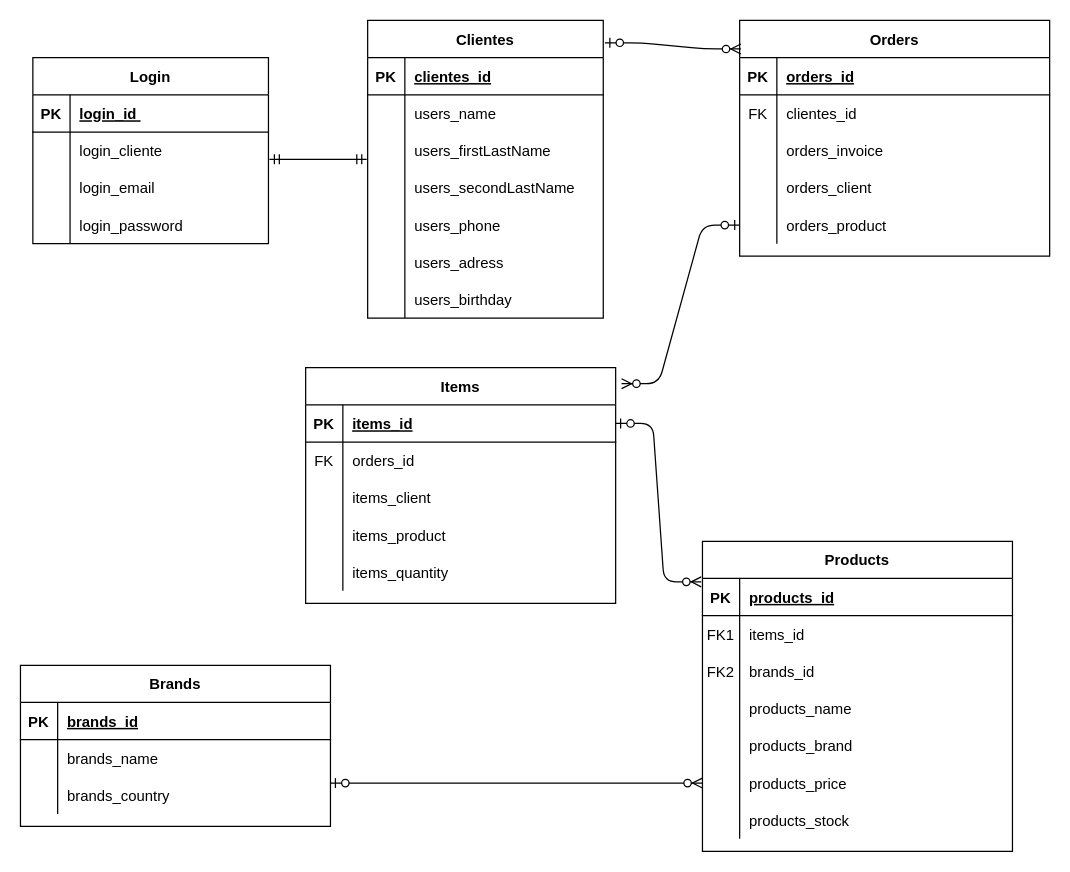
Earlier version of the draw.io diagram BBDD/Ejercicio3.drawio (mdmartinvega/BootcampFSD). Source tidied: cells renumbered, new cells numbered last; positions are measured from the earlier drawing's top-left corner, leaving out a move shared by most shapes. Both pictures are drawn from the tidied source at 124%, with x=0, y=0 at pixel (20, 20).
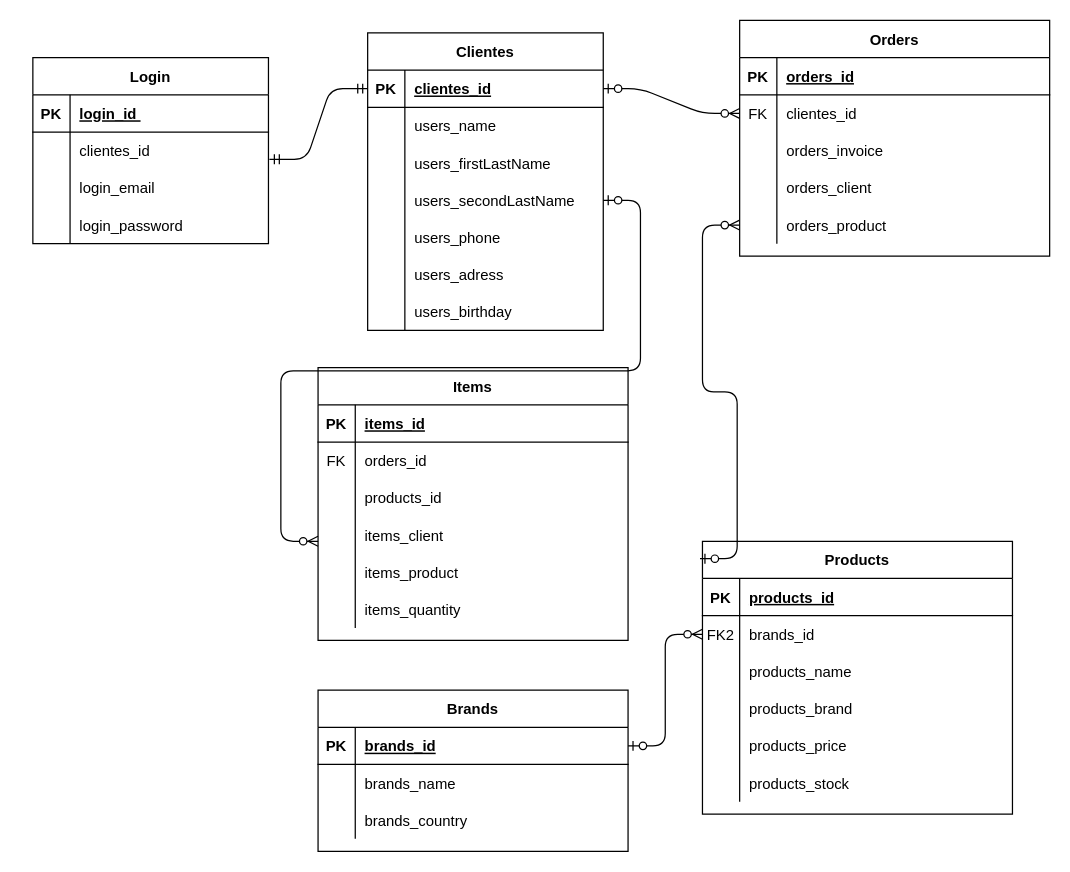
The same diagram, later.

The change refers to these unchanged cells:
```xml
<mxCell id="3" style="shape=partialRectangle;fillColor=none;points=[[0,0.5],[1,0.5]];portConstraint=eastwest;top=0;left=0;right=0;bottom=1;" parent="2" vertex="1">
  <mxGeometry y="30" width="190" height="30" as="geometry" />
</mxCell>
<mxCell id="9" style="shape=partialRectangle;fillColor=none;points=[[0,0.5],[1,0.5]];portConstraint=eastwest;top=0;left=0;right=0;bottom=0;" parent="2" vertex="1">
  <mxGeometry y="90" width="190" height="30" as="geometry" />
</mxCell>
<mxCell id="12" style="shape=partialRectangle;fillColor=none;points=[[0,0.5],[1,0.5]];portConstraint=eastwest;top=0;left=0;right=0;bottom=0;" parent="2" vertex="1">
  <mxGeometry y="120" width="190" height="30" as="geometry" />
</mxCell>
<mxCell id="28" style="shape=partialRectangle;fillColor=none;points=[[0,0.5],[1,0.5]];portConstraint=eastwest;top=0;left=0;right=0;bottom=0;" parent="24" vertex="1">
  <mxGeometry y="60" width="190" height="30" as="geometry" />
</mxCell>
<mxCell id="43" style="shape=partialRectangle;fillColor=none;points=[[0,0.5],[1,0.5]];portConstraint=eastwest;top=0;left=0;right=0;bottom=0;" parent="39" vertex="1">
  <mxGeometry y="60" width="250" height="30" as="geometry" />
</mxCell>
<mxCell id="52" style="shape=partialRectangle;fillColor=none;points=[[0,0.5],[1,0.5]];portConstraint=eastwest;top=0;left=0;right=0;bottom=0;" parent="39" vertex="1">
  <mxGeometry y="150" width="250" height="30" as="geometry" />
</mxCell>
<mxCell id="56" style="shape=partialRectangle;fillColor=none;points=[[0,0.5],[1,0.5]];portConstraint=eastwest;top=0;left=0;right=0;bottom=1;" parent="55" vertex="1">
  <mxGeometry y="30" width="250" height="30" as="geometry" />
</mxCell>
<mxCell id="62" style="shape=partialRectangle;fillColor=none;points=[[0,0.5],[1,0.5]];portConstraint=eastwest;top=0;left=0;right=0;bottom=0;" parent="55" vertex="1">
  <mxGeometry y="90" width="250" height="30" as="geometry" />
</mxCell>
<mxCell id="66" style="shape=partialRectangle;fillColor=none;points=[[0,0.5],[1,0.5]];portConstraint=eastwest;top=0;left=0;right=0;bottom=1;" parent="65" vertex="1">
  <mxGeometry y="30" width="250" height="30" as="geometry" />
</mxCell>
```

Change to the diagram source:
```diff
@@
     <mxCell id="2" value="Clientes" style="shape=table;startSize=30;childLayout=tableLayout;rowLines=0;fontStyle=1;align=center;" parent="1" vertex="1">
-      <mxGeometry x="280" width="190" height="240" as="geometry" />
+      <mxGeometry x="280" y="10" width="190" height="240" as="geometry" />
     </mxCell>
@@
-    <mxCell id="30" value="login_cliente" style="shape=partialRectangle;overflow=hidden;fillColor=none;top=0;left=0;bottom=0;right=0;align=left;spacingLeft=6;" parent="28" vertex="1">
+    <mxCell id="30" value="clientes_id" style="shape=partialRectangle;overflow=hidden;fillColor=none;top=0;left=0;bottom=0;right=0;align=left;spacingLeft=6;" parent="28" vertex="1">
       <mxGeometry x="30" width="160" height="30" as="geometry" />
     </mxCell>
@@
-    <mxCell id="38" style="edgeStyle=entityRelationEdgeStyle;fontSize=12;html=1;endArrow=ERmandOne;startArrow=ERmandOne;exitX=1.004;exitY=0.733;exitDx=0;exitDy=0;exitPerimeter=0;entryX=-0.004;entryY=0.733;entryDx=0;entryDy=0;entryPerimeter=0;" parent="1" edge="1" source="28" target="9">
+    <mxCell id="38" style="edgeStyle=entityRelationEdgeStyle;fontSize=12;html=1;endArrow=ERmandOne;startArrow=ERmandOne;exitX=1.004;exitY=0.733;exitDx=0;exitDy=0;exitPerimeter=0;entryX=0;entryY=0.5;entryDx=0;entryDy=0;" parent="1" edge="1" source="28" target="3">
       <mxGeometry relative="1" as="geometry" />
     </mxCell>
@@
     <mxCell id="55" value="Brands" style="shape=table;startSize=30;childLayout=tableLayout;rowLines=0;fontStyle=1;align=center;" parent="1" vertex="1">
-      <mxGeometry y="520" width="250" height="130" as="geometry" />
+      <mxGeometry x="240" y="540" width="250" height="130" as="geometry" />
     </mxCell>
@@
     <mxCell id="65" value="Items" style="shape=table;startSize=30;childLayout=tableLayout;rowLines=0;fontStyle=1;align=center;" parent="1" vertex="1">
-      <mxGeometry x="230" y="280" width="250" height="190" as="geometry" />
+      <mxGeometry x="240" y="280" width="250" height="220" as="geometry" />
     </mxCell>
@@
+    <mxCell id="107" style="shape=partialRectangle;fillColor=none;top=0;left=0;right=0;bottom=0;" parent="65" vertex="1">
+      <mxGeometry y="90" width="250" height="30" as="geometry" />
+    </mxCell>
+    <mxCell id="108" style="shape=partialRectangle;overflow=hidden;fillColor=none;top=0;left=0;bottom=0;right=0;" parent="107" vertex="1">
+      <mxGeometry width="30" height="30" as="geometry" />
+    </mxCell>
+    <mxCell id="109" value="products_id" style="shape=partialRectangle;overflow=hidden;fillColor=none;top=0;left=0;bottom=0;right=0;align=left;spacingLeft=6;" parent="107" vertex="1">
+      <mxGeometry x="30" width="220" height="30" as="geometry" />
+    </mxCell>
     <mxCell id="72" style="shape=partialRectangle;fillColor=none;top=0;left=0;right=0;bottom=0;" parent="65" vertex="1">
-      <mxGeometry y="90" width="250" height="30" as="geometry" />
+      <mxGeometry y="120" width="250" height="30" as="geometry" />
     </mxCell>
@@
     <mxCell id="75" style="shape=partialRectangle;fillColor=none;top=0;left=0;right=0;bottom=0;" parent="65" vertex="1">
-      <mxGeometry y="120" width="250" height="30" as="geometry" />
+      <mxGeometry y="150" width="250" height="30" as="geometry" />
     </mxCell>
@@
     <mxCell id="78" style="shape=partialRectangle;fillColor=none;top=0;left=0;right=0;bottom=0;" parent="65" vertex="1">
-      <mxGeometry y="150" width="250" height="30" as="geometry" />
+      <mxGeometry y="180" width="250" height="30" as="geometry" />
     </mxCell>
@@
     <mxCell id="81" value="Products" style="shape=table;startSize=30;childLayout=tableLayout;rowLines=0;fontStyle=1;align=center;" parent="1" vertex="1">
-      <mxGeometry x="550" y="420" width="250" height="250" as="geometry" />
+      <mxGeometry x="550" y="420" width="250" height="220" as="geometry" />
     </mxCell>
@@
-    <mxCell id="85" style="shape=partialRectangle;fillColor=none;top=0;left=0;right=0;bottom=0;" parent="81" vertex="1">
-      <mxGeometry y="60" width="250" height="30" as="geometry" />
-    </mxCell>
-    <mxCell id="86" value="FK1" style="shape=partialRectangle;overflow=hidden;fillColor=none;top=0;left=0;bottom=0;right=0;" parent="85" vertex="1">
-      <mxGeometry width="30" height="30" as="geometry" />
-    </mxCell>
-    <mxCell id="87" value="items_id" style="shape=partialRectangle;overflow=hidden;fillColor=none;top=0;left=0;bottom=0;right=0;align=left;spacingLeft=6;" parent="85" vertex="1">
-      <mxGeometry x="30" width="220" height="30" as="geometry" />
-    </mxCell>
     <mxCell id="88" style="shape=partialRectangle;fillColor=none;points=[[0,0.5],[1,0.5]];portConstraint=eastwest;top=0;left=0;right=0;bottom=0;" parent="81" vertex="1">
-      <mxGeometry y="90" width="250" height="30" as="geometry" />
+      <mxGeometry y="60" width="250" height="30" as="geometry" />
     </mxCell>
@@
     <mxCell id="91" style="shape=partialRectangle;fillColor=none;top=0;left=0;right=0;bottom=0;" parent="81" vertex="1">
-      <mxGeometry y="120" width="250" height="30" as="geometry" />
+      <mxGeometry y="90" width="250" height="30" as="geometry" />
     </mxCell>
@@
     <mxCell id="94" style="shape=partialRectangle;fillColor=none;top=0;left=0;right=0;bottom=0;" parent="81" vertex="1">
-      <mxGeometry y="150" width="250" height="30" as="geometry" />
+      <mxGeometry y="120" width="250" height="30" as="geometry" />
     </mxCell>
@@
     <mxCell id="97" style="shape=partialRectangle;fillColor=none;points=[[0,0.5],[1,0.5]];portConstraint=eastwest;top=0;left=0;right=0;bottom=0;" parent="81" vertex="1">
-      <mxGeometry y="180" width="250" height="30" as="geometry" />
+      <mxGeometry y="150" width="250" height="30" as="geometry" />
     </mxCell>
@@
     <mxCell id="100" style="shape=partialRectangle;fillColor=none;top=0;left=0;right=0;bottom=0;" parent="81" vertex="1">
-      <mxGeometry y="210" width="250" height="30" as="geometry" />
+      <mxGeometry y="180" width="250" height="30" as="geometry" />
     </mxCell>
@@
-    <mxCell id="103" style="edgeStyle=entityRelationEdgeStyle;fontSize=12;html=1;endArrow=ERzeroToMany;startArrow=ERzeroToOne;entryX=-0.004;entryY=0.131;entryDx=0;entryDy=0;entryPerimeter=0;" parent="1" edge="1" source="66" target="81">
-      <mxGeometry relative="1" as="geometry" />
+    <mxCell id="103" style="edgeStyle=entityRelationEdgeStyle;fontSize=12;html=1;endArrow=ERzeroToMany;startArrow=ERzeroToOne;exitX=1;exitY=0.5;exitDx=0;exitDy=0;" parent="1" edge="1" source="12">
+      <mxGeometry relative="1" as="geometry">
+        <mxPoint x="240" y="420" as="targetPoint" />
+      </mxGeometry>
     </mxCell>
-    <mxCell id="104" style="edgeStyle=entityRelationEdgeStyle;fontSize=12;html=1;endArrow=ERzeroToMany;startArrow=ERzeroToOne;exitX=1.007;exitY=0.075;exitDx=0;exitDy=0;exitPerimeter=0;" parent="1" edge="1" source="2">
-      <mxGeometry relative="1" as="geometry">
-        <mxPoint x="581" y="23" as="targetPoint" />
-      </mxGeometry>
+    <mxCell id="104" style="edgeStyle=entityRelationEdgeStyle;fontSize=12;html=1;endArrow=ERzeroToMany;startArrow=ERzeroToOne;exitX=1;exitY=0.5;exitDx=0;exitDy=0;entryX=0;entryY=0.5;entryDx=0;entryDy=0;" parent="1" edge="1" source="3" target="43">
+      <mxGeometry relative="1" as="geometry" />
     </mxCell>
+    <mxCell id="106" style="edgeStyle=entityRelationEdgeStyle;fontSize=12;html=1;endArrow=ERzeroToMany;startArrow=ERzeroToOne;entryX=0;entryY=0.5;entryDx=0;entryDy=0;exitX=1;exitY=0.5;exitDx=0;exitDy=0;" parent="1" edge="1" source="56" target="88">
+      <mxGeometry relative="1" as="geometry" />
+    </mxCell>
-    <mxCell id="105" style="edgeStyle=entityRelationEdgeStyle;fontSize=12;html=1;endArrow=ERzeroToMany;startArrow=ERzeroToOne;entryX=1.019;entryY=0.068;entryDx=0;entryDy=0;entryPerimeter=0;" parent="1" edge="1" source="52" target="65">
+    <mxCell id="105" style="edgeStyle=entityRelationEdgeStyle;fontSize=12;html=1;endArrow=ERzeroToMany;startArrow=ERzeroToOne;entryX=0;entryY=0.5;entryDx=0;entryDy=0;exitX=-0.008;exitY=0.064;exitDx=0;exitDy=0;exitPerimeter=0;" parent="1" edge="1" source="81" target="52">
       <mxGeometry relative="1" as="geometry" />
     </mxCell>
-    <mxCell id="106" style="edgeStyle=entityRelationEdgeStyle;fontSize=12;html=1;endArrow=ERzeroToMany;startArrow=ERzeroToOne;entryX=0;entryY=0.5;entryDx=0;entryDy=0;exitX=1;exitY=0.167;exitDx=0;exitDy=0;exitPerimeter=0;" parent="1" edge="1" source="62" target="97">
-      <mxGeometry relative="1" as="geometry" />
-    </mxCell>
```
